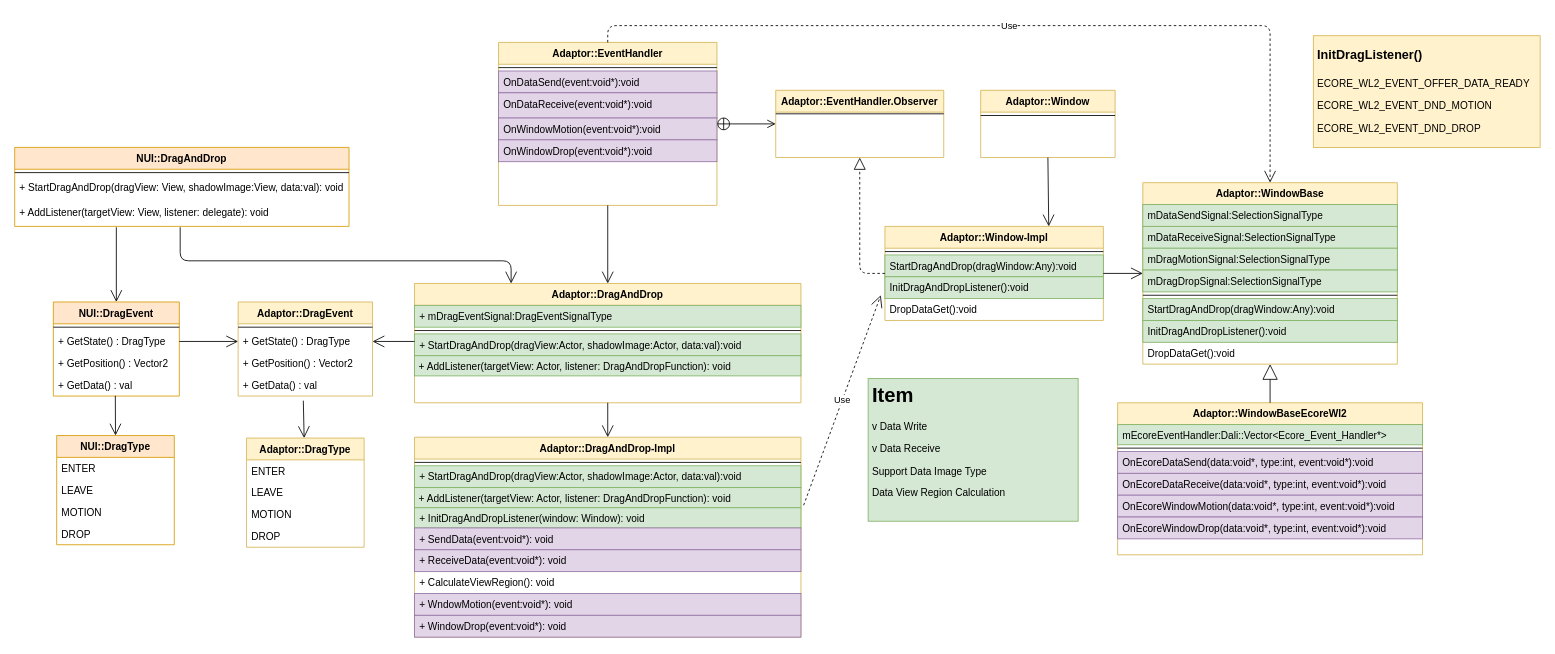
Above: page "Page-4" (4 of 10) of Untitled Diagram.drawio in taehyub/drawio (draw.io), before the change. Source tidied: cells renumbered, new cells numbered last; positions are measured from the earlier drawing's top-left corner, leaving out a move shared by most shapes. Both pictures are drawn from the tidied source at 84%, with x=0, y=0 at pixel (14, 25).
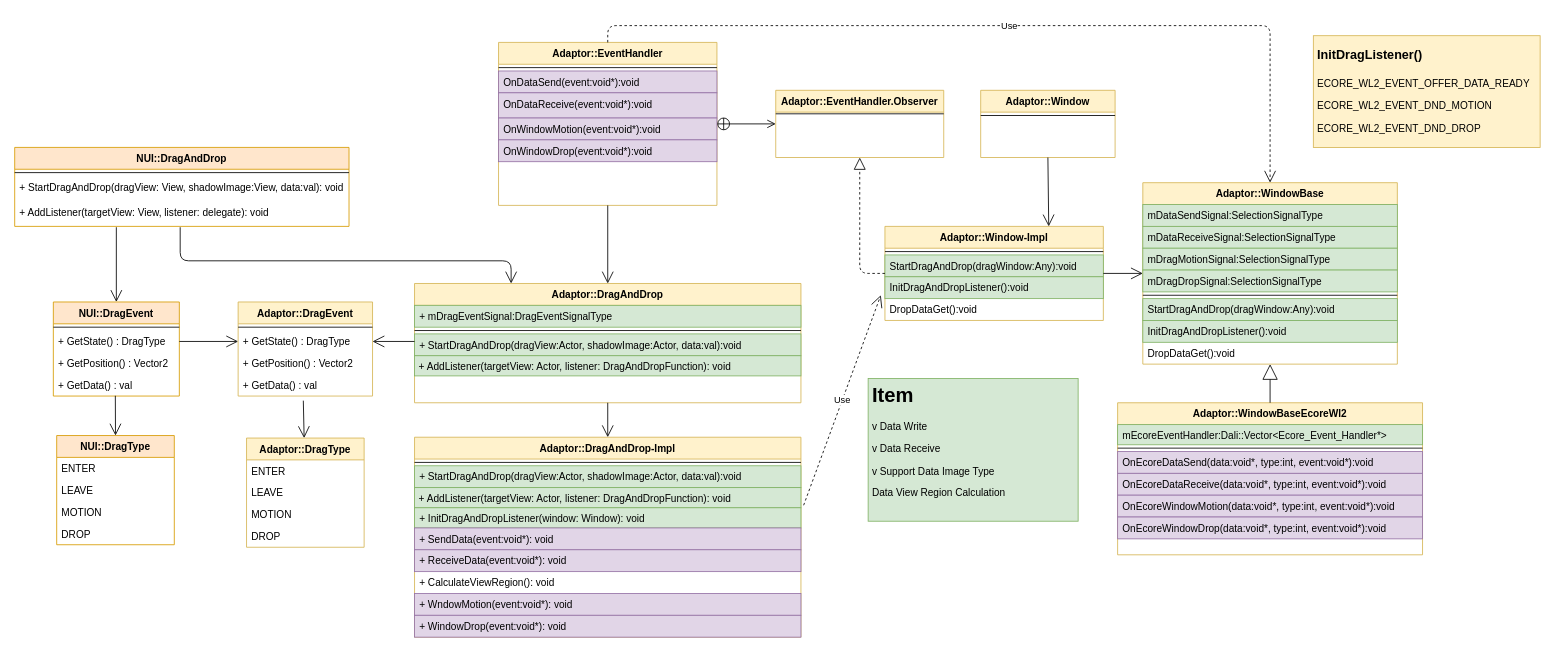
After the change.

What changed in the source:
```diff
@@
-    <mxCell id="88" value="&lt;h1&gt;Item&lt;br&gt;&lt;/h1&gt;&lt;p&gt;v Data Write&lt;/p&gt;&lt;p&gt;v Data Receive&lt;/p&gt;&lt;p&gt;Support Data Image Type&lt;br&gt;&lt;/p&gt;&lt;p&gt;Data View Region Calculation&lt;br&gt;&lt;/p&gt;" style="text;html=1;strokeColor=#82b366;fillColor=#d5e8d4;spacing=5;spacingTop=-20;whiteSpace=wrap;overflow=hidden;rounded=0;" parent="1" vertex="1">
+    <mxCell id="88" value="&lt;h1&gt;Item&lt;br&gt;&lt;/h1&gt;&lt;p&gt;v Data Write&lt;/p&gt;&lt;p&gt;v Data Receive&lt;/p&gt;&lt;p&gt;v Support Data Image Type&lt;br&gt;&lt;/p&gt;&lt;p&gt;Data View Region Calculation&lt;br&gt;&lt;/p&gt;" style="text;html=1;strokeColor=#82b366;fillColor=#d5e8d4;spacing=5;spacingTop=-20;whiteSpace=wrap;overflow=hidden;rounded=0;" parent="1" vertex="1">
       <mxGeometry x="1016" y="420" width="250" height="170" as="geometry" />
     </mxCell>
```
